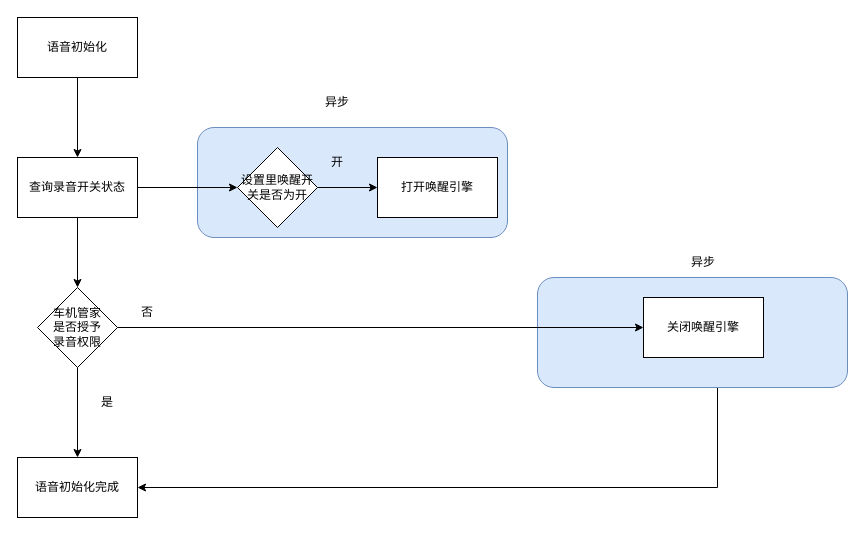
Above: page "第 23 页" (23 of 23) of 未命名绘图.drawio in songlongGithub/CustomDemo (draw.io), before the change. Source tidied: cells renumbered, new cells numbered last; positions are measured from the earlier drawing's top-left corner, leaving out a move shared by most shapes. Both pictures are drawn from the tidied source at 100%, with x=0, y=0 at pixel (17, 17).
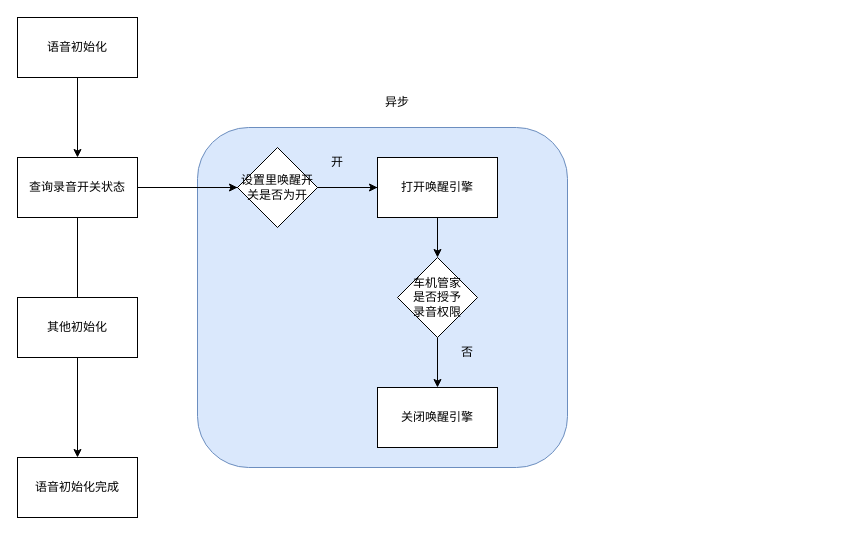
The same page after the edit.

Commit message:
更新未命名绘图.drawio

The change refers to these unchanged cells:
```xml
<mxCell id="9" value="查询录音开关状态" style="rounded=0;whiteSpace=wrap;html=1;" parent="1" vertex="1">
  <mxGeometry y="140" width="120" height="60" as="geometry" />
</mxCell>
<mxCell id="13" value="语音初始化完成" style="whiteSpace=wrap;html=1;rounded=0;" parent="1" vertex="1">
  <mxGeometry y="440" width="120" height="60" as="geometry" />
</mxCell>
```

The edit, as a diff of the source:
```diff
@@
-    <mxCell id="2" style="edgeStyle=orthogonalEdgeStyle;rounded=0;jettySize=auto;html=1;entryX=1;entryY=0.5;entryDx=0;entryDy=0;exitX=0.5;exitY=1;exitDx=0;exitDy=0;" parent="1" edge="1" source="14" target="13">
-      <mxGeometry relative="1" as="geometry">
-        <Array as="points">
-          <mxPoint x="700" y="340" />
-          <mxPoint x="700" y="470" />
-        </Array>
-      </mxGeometry>
-    </mxCell>
-    <mxCell id="3" style="rounded=1;whiteSpace=wrap;html=1;fillColor=#dae8fc;strokeColor=#6c8ebf;" parent="1" vertex="1">
-      <mxGeometry x="520" y="260" width="310" height="110" as="geometry" />
-    </mxCell>
     <mxCell id="4" style="rounded=1;whiteSpace=wrap;html=1;fillColor=#dae8fc;strokeColor=#6c8ebf;" parent="1" vertex="1">
-      <mxGeometry x="180" y="110" width="310" height="110" as="geometry" />
+      <mxGeometry x="180" y="110" width="370" height="340" as="geometry" />
     </mxCell>
@@
-    <mxCell id="10" style="edgeStyle=orthogonalEdgeStyle;rounded=0;jettySize=auto;html=1;" parent="1" edge="1" source="12" target="13">
+    <mxCell id="10" style="edgeStyle=orthogonalEdgeStyle;rounded=0;jettySize=auto;html=1;exitX=0.5;exitY=1;exitDx=0;exitDy=0;" parent="1" edge="1" source="9" target="13">
       <mxGeometry relative="1" as="geometry" />
     </mxCell>
@@
     <mxCell id="12" value="车机管家&lt;br&gt;是否授予&lt;br&gt;录音权限" style="rhombus;whiteSpace=wrap;html=1;rounded=0;" parent="1" vertex="1">
-      <mxGeometry x="20" y="270" width="80" height="80" as="geometry" />
+      <mxGeometry x="380" y="240" width="80" height="80" as="geometry" />
     </mxCell>
@@
     <mxCell id="14" value="关闭唤醒引擎" style="whiteSpace=wrap;html=1;rounded=0;" parent="1" vertex="1">
-      <mxGeometry x="626" y="280" width="120" height="60" as="geometry" />
+      <mxGeometry x="360" y="370" width="120" height="60" as="geometry" />
     </mxCell>
     <mxCell id="15" value="否" style="text;html=1;strokeColor=none;fillColor=none;align=center;verticalAlign=middle;whiteSpace=wrap;rounded=0;" parent="1" vertex="1">
-      <mxGeometry x="100" y="280" width="60" height="30" as="geometry" />
+      <mxGeometry x="420" y="320" width="60" height="30" as="geometry" />
     </mxCell>
-    <mxCell id="16" value="是" style="text;html=1;strokeColor=none;fillColor=none;align=center;verticalAlign=middle;whiteSpace=wrap;rounded=0;" parent="1" vertex="1">
-      <mxGeometry x="60" y="370" width="60" height="30" as="geometry" />
-    </mxCell>
@@
     <mxCell id="21" value="异步" style="text;html=1;strokeColor=none;fillColor=none;align=center;verticalAlign=middle;whiteSpace=wrap;rounded=0;" parent="1" vertex="1">
-      <mxGeometry x="290" y="70" width="60" height="30" as="geometry" />
+      <mxGeometry x="350" y="70" width="60" height="30" as="geometry" />
     </mxCell>
-    <mxCell id="22" value="异步" style="text;html=1;strokeColor=none;fillColor=none;align=center;verticalAlign=middle;whiteSpace=wrap;rounded=0;" parent="1" vertex="1">
-      <mxGeometry x="656" y="230" width="60" height="30" as="geometry" />
-    </mxCell>
+    <mxCell id="23" value="其他初始化" style="rounded=0;whiteSpace=wrap;html=1;" parent="1" vertex="1">
+      <mxGeometry y="280" width="120" height="60" as="geometry" />
+    </mxCell>
```
